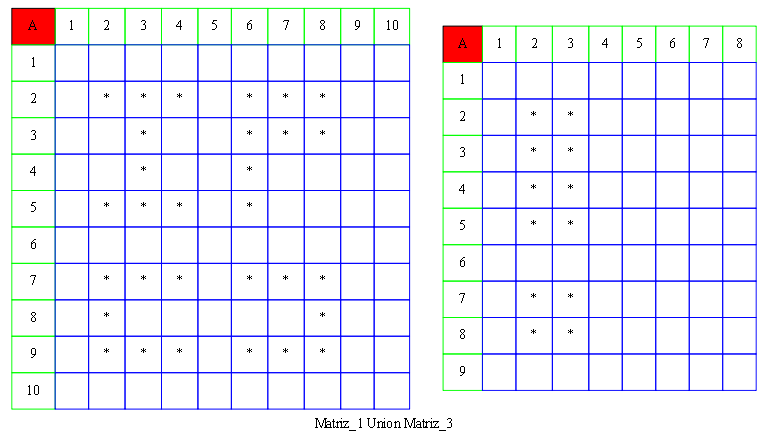
The Graphviz diagram Original.dot.png in AbidelLux/Proyecto02_1S2021IPC2_JAMES, before a commit. Its source is kept beside it as Original.dot.
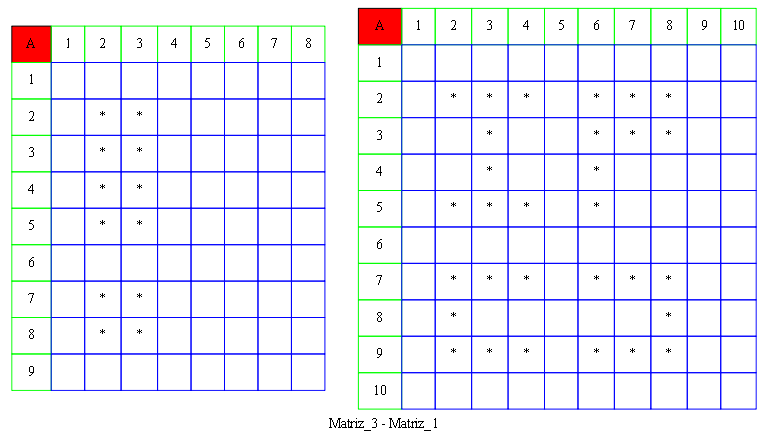
After the commit.

The edit, as a diff of the source:
```diff
@@ -1,7 +1,24 @@
 digraph {
 	size="8,8"
-	label="Matriz_1 Union Matriz_3"
+	label="Matriz_3 - Matriz_1"
 	tbl [
+	shape=plaintext
+	label=<
+
+		<table border="0" color="green" cellpadding="10" cellborder="1" cellspacing="0">
+	<tr><td bgcolor = "red" color="black"> A </td><td color="green">1</td><td color="green">2</td><td color="green">3</td><td color="green">4</td><td color="green">5</td><td color="green">6</td><td color="green">7</td><td color="green">8</td></tr>
+			<tr><td color="green"> 1 </td><td color="blue">   </td><td color="blue">   </td><td color="blue">   </td><td color="blue">   </td><td color="blue">   </td><td color="blue">   </td><td color="blue">   </td><td color="blue">   </td></tr>
+			<tr><td color="green"> 2 </td><td color="blue">   </td><td color="blue"> * </td><td color="blue"> * </td><td color="blue">   </td><td color="blue">   </td><td color="blue">   </td><td color="blue">   </td><td color="blue">   </td></tr>
+			<tr><td color="green"> 3 </td><td color="blue">   </td><td color="blue"> * </td><td color="blue"> * </td><td color="blue">   </td><td color="blue">   </td><td color="blue">   </td><td color="blue">   </td><td color="blue">   </td></tr>
+			<tr><td color="green"> 4 </td><td color="blue">   </td><td color="blue"> * </td><td color="blue"> * </td><td color="blue">   </td><td color="blue">   </td><td color="blue">   </td><td color="blue">   </td><td color="blue">   </td></tr>
+			<tr><td color="green"> 5 </td><td color="blue">   </td><td color="blue"> * </td><td color="blue"> * </td><td color="blue">   </td><td color="blue">   </td><td color="blue">   </td><td color="blue">   </td><td color="blue">   </td></tr>
+			<tr><td color="green"> 6 </td><td color="blue">   </td><td color="blue">   </td><td color="blue">   </td><td color="blue">   </td><td color="blue">   </td><td color="blue">   </td><td color="blue">   </td><td color="blue">   </td></tr>
+			<tr><td color="green"> 7 </td><td color="blue">   </td><td color="blue"> * </td><td color="blue"> * </td><td color="blue">   </td><td color="blue">   </td><td color="blue">   </td><td color="blue">   </td><td color="blue">   </td></tr>
+			<tr><td color="green"> 8 </td><td color="blue">   </td><td color="blue"> * </td><td color="blue"> * </td><td color="blue">   </td><td color="blue">   </td><td color="blue">   </td><td color="blue">   </td><td color="blue">   </td></tr>
+			<tr><td color="green"> 9 </td><td color="blue">   </td><td color="blue">   </td><td color="blue">   </td><td color="blue">   </td><td color="blue">   </td><td color="blue">   </td><td color="blue">   </td><td color="blue">   </td></tr>
+			</table>
+		>];
+	tbl1 [
 	shape=plaintext
 	label=<
 
@@ -19,21 +36,4 @@
 			<tr><td color="green"> 10 </td><td color="blue">   </td><td color="blue">   </td><td color="blue">   </td><td color="blue">   </td><td color="blue">   </td><td color="blue">   </td><td color="blue">   </td><td color="blue">   </td><td color="blue">   </td><td color="blue">   </td></tr>
 			</table>
 		>];
-	tbl1 [
-	shape=plaintext
-	label=<
-
-		<table border="0" color="green" cellpadding="10" cellborder="1" cellspacing="0">
-	<tr><td bgcolor = "red" color="black"> A </td><td color="green">1</td><td color="green">2</td><td color="green">3</td><td color="green">4</td><td color="green">5</td><td color="green">6</td><td color="green">7</td><td color="green">8</td></tr>
-			<tr><td color="green"> 1 </td><td color="blue">   </td><td color="blue">   </td><td color="blue">   </td><td color="blue">   </td><td color="blue">   </td><td color="blue">   </td><td color="blue">   </td><td color="blue">   </td></tr>
-			<tr><td color="green"> 2 </td><td color="blue">   </td><td color="blue"> * </td><td color="blue"> * </td><td color="blue">   </td><td color="blue">   </td><td color="blue">   </td><td color="blue">   </td><td color="blue">   </td></tr>
-			<tr><td color="green"> 3 </td><td color="blue">   </td><td color="blue"> * </td><td color="blue"> * </td><td color="blue">   </td><td color="blue">   </td><td color="blue">   </td><td color="blue">   </td><td color="blue">   </td></tr>
-			<tr><td color="green"> 4 </td><td color="blue">   </td><td color="blue"> * </td><td color="blue"> * </td><td color="blue">   </td><td color="blue">   </td><td color="blue">   </td><td color="blue">   </td><td color="blue">   </td></tr>
-			<tr><td color="green"> 5 </td><td color="blue">   </td><td color="blue"> * </td><td color="blue"> * </td><td color="blue">   </td><td color="blue">   </td><td color="blue">   </td><td color="blue">   </td><td color="blue">   </td></tr>
-			<tr><td color="green"> 6 </td><td color="blue">   </td><td color="blue">   </td><td color="blue">   </td><td color="blue">   </td><td color="blue">   </td><td color="blue">   </td><td color="blue">   </td><td color="blue">   </td></tr>
-			<tr><td color="green"> 7 </td><td color="blue">   </td><td color="blue"> * </td><td color="blue"> * </td><td color="blue">   </td><td color="blue">   </td><td color="blue">   </td><td color="blue">   </td><td color="blue">   </td></tr>
-			<tr><td color="green"> 8 </td><td color="blue">   </td><td color="blue"> * </td><td color="blue"> * </td><td color="blue">   </td><td color="blue">   </td><td color="blue">   </td><td color="blue">   </td><td color="blue">   </td></tr>
-			<tr><td color="green"> 9 </td><td color="blue">   </td><td color="blue">   </td><td color="blue">   </td><td color="blue">   </td><td color="blue">   </td><td color="blue">   </td><td color="blue">   </td><td color="blue">   </td></tr>
-			</table>
-		>];
 }
```
